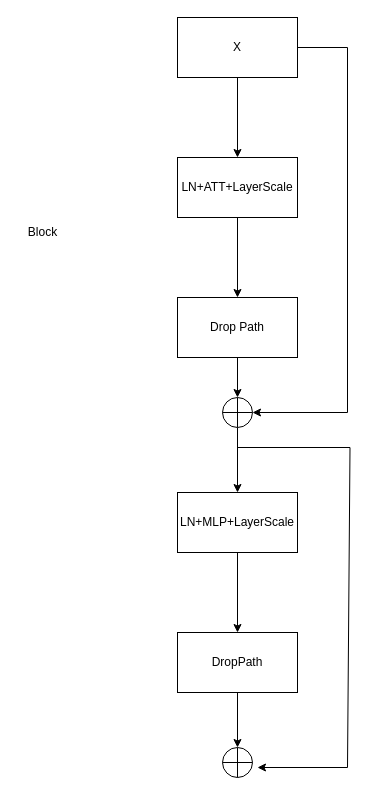
The draw.io diagram Auido_transformer_Block.drawio in 27315/chat, before the edit. Source tidied: cells renumbered, new cells numbered last; positions are measured from the earlier drawing's top-left corner, leaving out a move shared by most shapes. Both pictures are drawn from the tidied source at 100%, with x=0, y=0 at pixel (17, 17).
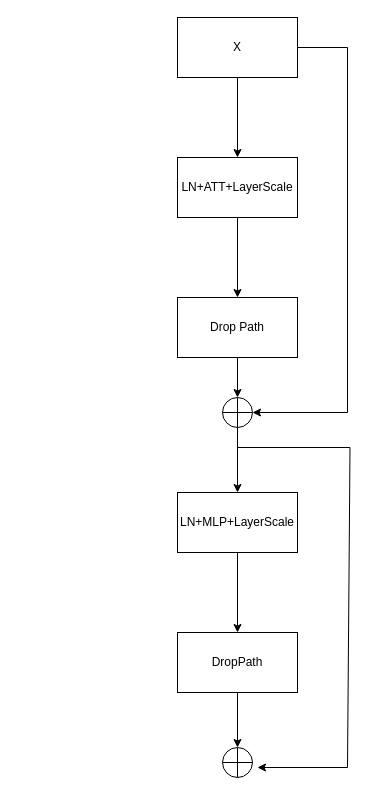
Above is the later version.

The edit, as a diff of the source:
```diff
@@
-    <mxCell id="17" value="Block" style="text;html=1;align=center;verticalAlign=middle;strokeColor=none;fillColor=none;" parent="1" vertex="1">
-      <mxGeometry y="200" width="50" height="30" as="geometry" />
-    </mxCell>
```
